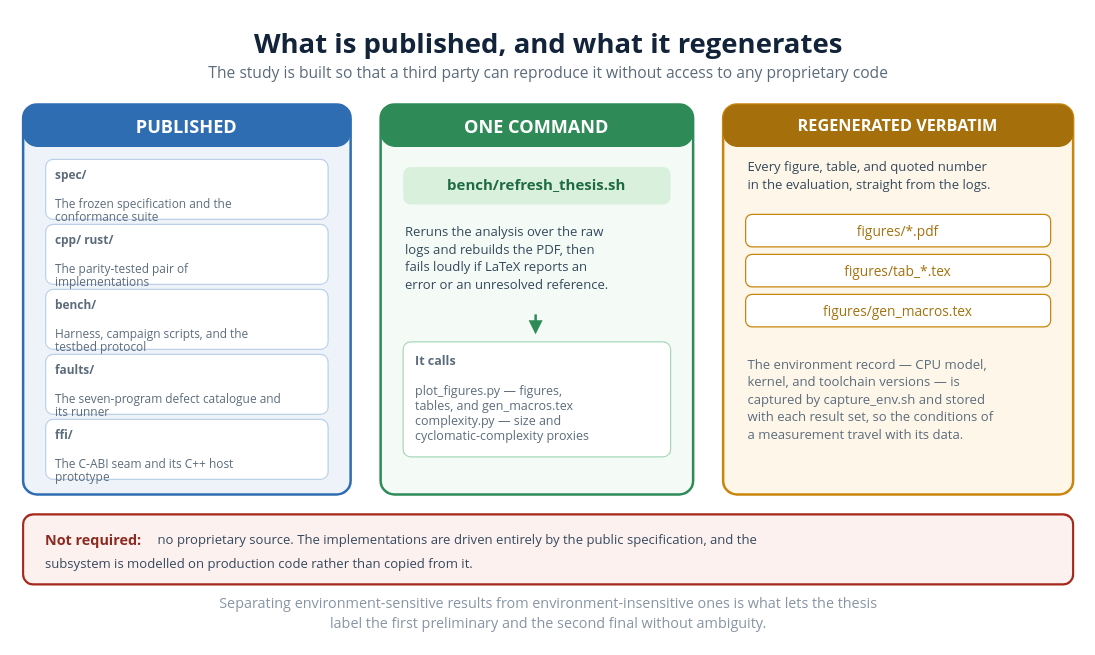
Earlier version of the draw.io diagram diagrams/24_repro_artifacts.drawio (VienThanh12/Master-Thesis). Source tidied: cells renumbered, new cells numbered last; positions are measured from the earlier drawing's top-left corner, leaving out a move shared by most shapes. Both pictures are drawn from the tidied source at 125%, with x=0, y=0 at pixel (22, 20).
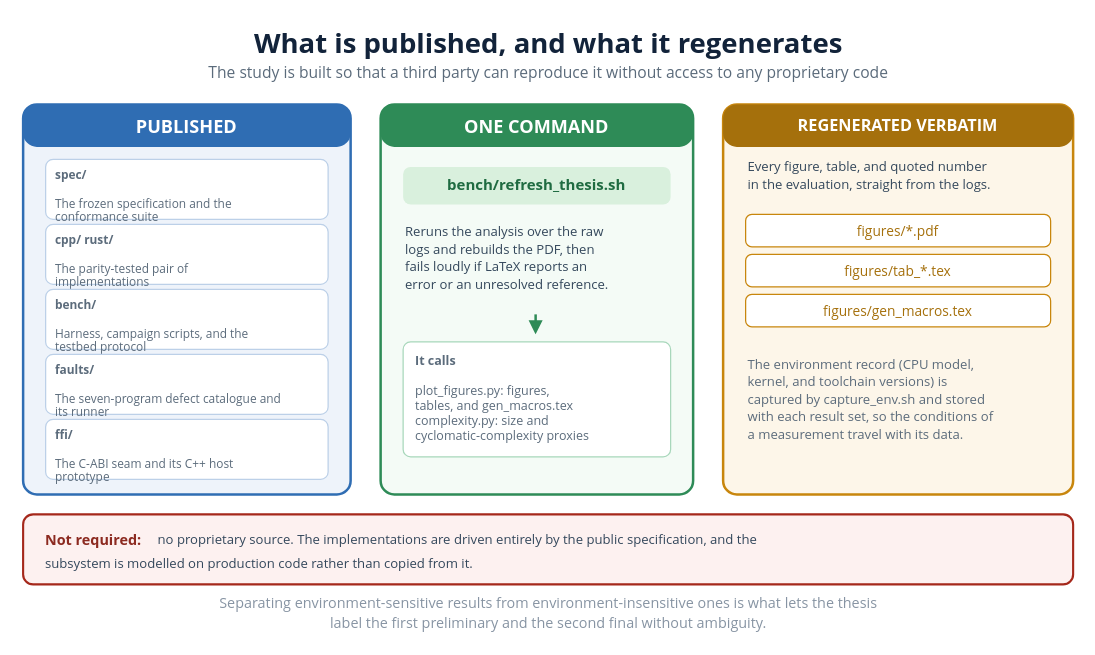
Above is the later version.

Diff of the diagram source:
```diff
@@
-    <mxCell id="19" value="&lt;b&gt;It calls&lt;/b&gt;&lt;br&gt;&lt;br&gt;plot_figures.py  — figures,&lt;br&gt;tables, and gen_macros.tex&lt;br&gt;complexity.py  — size and&lt;br&gt;cyclomatic-complexity proxies" style="rounded=1;whiteSpace=wrap;html=1;absoluteArcSize=1;arcSize=12;fillColor=#ffffff;strokeColor=#a8d7bb;strokeWidth=1.0;align=left;verticalAlign=top;spacingLeft=8;spacingTop=2;spacingRight=6;fontSize=10;fontColor=#5b6b7b;fontFamily=Segoe UI;" parent="1" vertex="1">
+    <mxCell id="19" value="&lt;b&gt;It calls&lt;/b&gt;&lt;br&gt;&lt;br&gt;plot_figures.py: figures,&lt;br&gt;tables, and gen_macros.tex&lt;br&gt;complexity.py: size and&lt;br&gt;cyclomatic-complexity proxies" style="rounded=1;whiteSpace=wrap;html=1;absoluteArcSize=1;arcSize=12;fillColor=#ffffff;strokeColor=#a8d7bb;strokeWidth=1.0;align=left;verticalAlign=top;spacingLeft=8;spacingTop=2;spacingRight=6;fontSize=10;fontColor=#5b6b7b;fontFamily=Segoe UI;" parent="1" vertex="1">
       <mxGeometry x="304" y="257" width="214" height="92" as="geometry" />
     </mxCell>
@@
-    <mxCell id="27" value="The environment record — CPU model," style="text;html=1;strokeColor=none;fillColor=none;whiteSpace=nowrap;align=left;verticalAlign=middle;fontSize=10.5;fontColor=#5b6b7b;fontFamily=Segoe UI;" parent="1" vertex="1">
-      <mxGeometry x="578" y="267" width="200.3" height="15.8" as="geometry" />
+    <mxCell id="27" value="The environment record (CPU model," style="text;html=1;strokeColor=none;fillColor=none;whiteSpace=nowrap;align=left;verticalAlign=middle;fontSize=10.5;fontColor=#5b6b7b;fontFamily=Segoe UI;" parent="1" vertex="1">
+      <mxGeometry x="578" y="267" width="194.6" height="15.8" as="geometry" />
     </mxCell>
-    <mxCell id="28" value="kernel, and toolchain versions — is" style="text;html=1;strokeColor=none;fillColor=none;whiteSpace=nowrap;align=left;verticalAlign=middle;fontSize=10.5;fontColor=#5b6b7b;fontFamily=Segoe UI;" parent="1" vertex="1">
-      <mxGeometry x="578" y="281" width="200.3" height="15.8" as="geometry" />
+    <mxCell id="28" value="kernel, and toolchain versions) is" style="text;html=1;strokeColor=none;fillColor=none;whiteSpace=nowrap;align=left;verticalAlign=middle;fontSize=10.5;fontColor=#5b6b7b;fontFamily=Segoe UI;" parent="1" vertex="1">
+      <mxGeometry x="578" y="281" width="194.6" height="15.8" as="geometry" />
     </mxCell>
```
